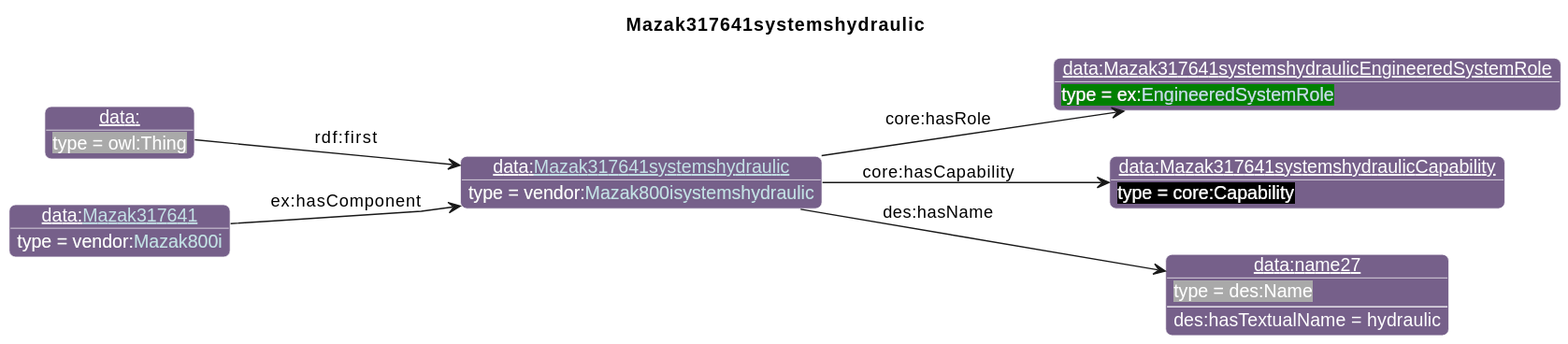
This is diagrams/Mazak317641systemshydraulic.svg from iofoundry/example-syseng-mtconnect, a PlantUML export, as it was before one commit.
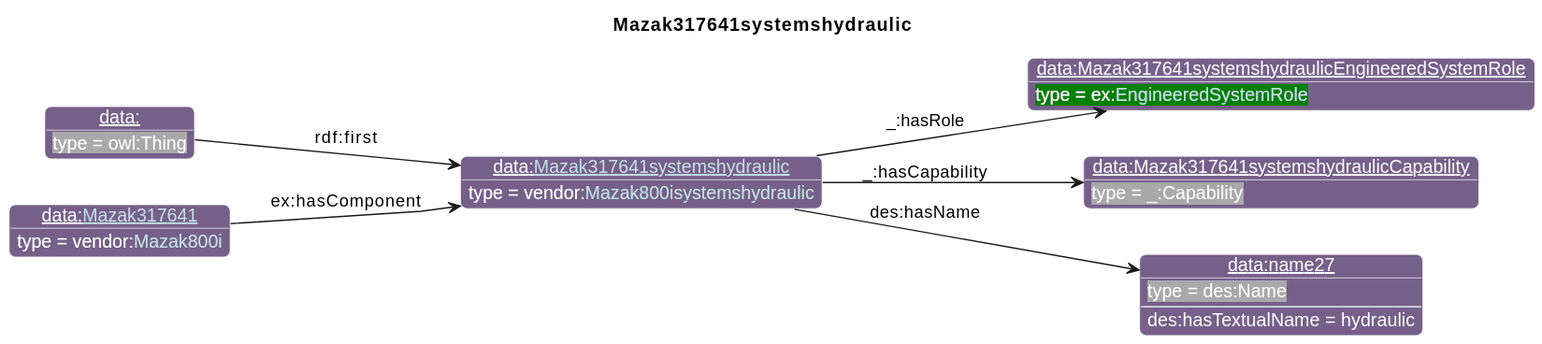
Later version of the same file.

Diff of the diagram source:
```diff
@@ -27,12 +27,12 @@
       }
 individual(o0, data:[[./Mazak317641systemshydraulic.html Mazak317641systemshydraulic]], vendor:[[../Mazak.html#Mazak800isystemshydraulic Mazak800isystemshydraulic]])
 individual(o1, data:Mazak317641systemshydraulicEngineeredSystemRole, ex:[[../Example.html#EngineeredSystemRole EngineeredSystemRole]])
-individual(o2, data:Mazak317641systemshydraulicCapability, core:Capability)
+individual(o2, data:Mazak317641systemshydraulicCapability, _:Capability)
 individual(o3, data:name27, des:Name)
 individual(o4, data:, owl:Thing)
 individual(o5, data:[[./Mazak317641.html Mazak317641]], vendor:[[../Mazak.html#Mazak800i Mazak800i]])
-property(o0, "core:hasRole", o1)
-property(o0, "core:hasCapability", o2)
+property(o0, "_:hasRole", o1)
+property(o0, "_:hasCapability", o2)
 property(o0, "des:hasName", o3)
 data(o3, "des:hasTextualName", "hydraulic")
 property(o4, "rdf:first", o0)
```
